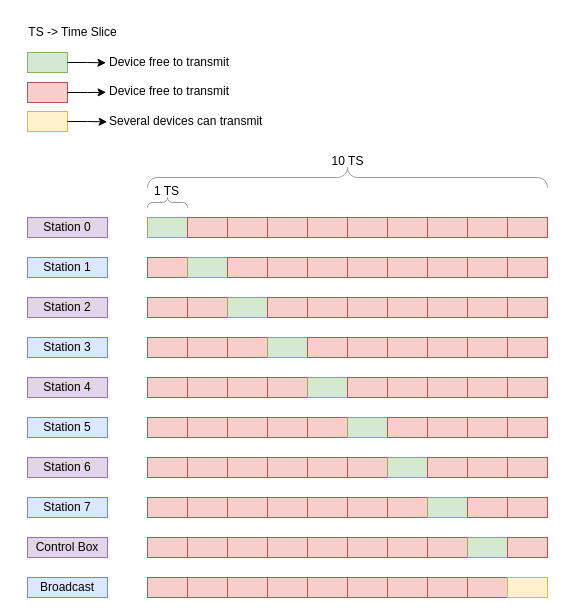
Earlier version of the draw.io diagram page "Timmings" (2 of 2) of Spec/LoRa.drawio (Ner027/MooFeeder). Source tidied: cells renumbered, new cells numbered last; positions are measured from the earlier drawing's top-left corner, leaving out a move shared by most shapes. Both pictures are drawn from the tidied source at 100%, with x=0, y=0 at pixel (17, 17).
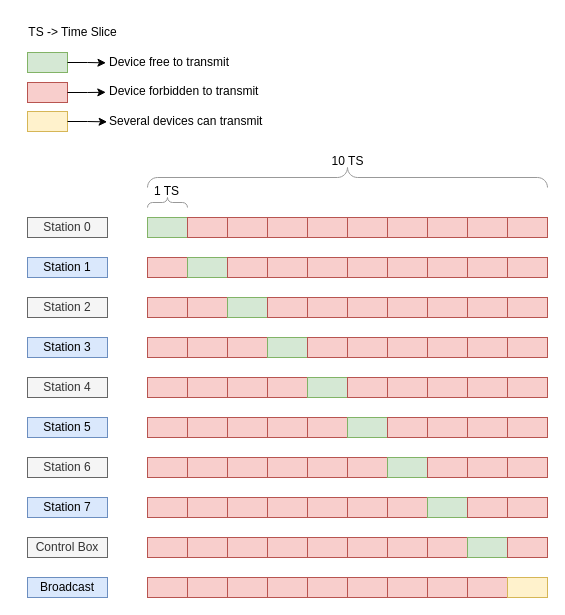
Above is the later version.

Diff of the diagram source:
```diff
@@
-    <mxCell id="2" value="Station 0" style="rounded=0;whiteSpace=wrap;html=1;fillColor=#e1d5e7;strokeColor=#9673a6;" parent="1" vertex="1">
+    <mxCell id="2" value="Station 0" style="rounded=0;whiteSpace=wrap;html=1;fillColor=#f5f5f5;strokeColor=#666666;fontColor=#333333;" parent="1" vertex="1">
       <mxGeometry x="10" y="200" width="80" height="20" as="geometry" />
     </mxCell>
@@
-    <mxCell id="4" value="Station 2" style="rounded=0;whiteSpace=wrap;html=1;fillColor=#e1d5e7;strokeColor=#9673a6;" parent="1" vertex="1">
+    <mxCell id="4" value="Station 2" style="rounded=0;whiteSpace=wrap;html=1;fillColor=#f5f5f5;strokeColor=#666666;fontColor=#333333;" parent="1" vertex="1">
       <mxGeometry x="10" y="280" width="80" height="20" as="geometry" />
     </mxCell>
@@
-    <mxCell id="6" value="Station 4" style="rounded=0;whiteSpace=wrap;html=1;fillColor=#e1d5e7;strokeColor=#9673a6;" parent="1" vertex="1">
+    <mxCell id="6" value="Station 4" style="rounded=0;whiteSpace=wrap;html=1;fillColor=#f5f5f5;strokeColor=#666666;fontColor=#333333;" parent="1" vertex="1">
       <mxGeometry x="10" y="360" width="80" height="20" as="geometry" />
     </mxCell>
@@
-    <mxCell id="8" value="Station 6" style="rounded=0;whiteSpace=wrap;html=1;fillColor=#e1d5e7;strokeColor=#9673a6;" parent="1" vertex="1">
+    <mxCell id="8" value="Station 6" style="rounded=0;whiteSpace=wrap;html=1;fillColor=#f5f5f5;strokeColor=#666666;fontColor=#333333;" parent="1" vertex="1">
       <mxGeometry x="10" y="440" width="80" height="20" as="geometry" />
     </mxCell>
@@
-    <mxCell id="10" value="Control Box" style="rounded=0;whiteSpace=wrap;html=1;fillColor=#e1d5e7;strokeColor=#9673a6;" parent="1" vertex="1">
+    <mxCell id="10" value="Control Box" style="rounded=0;whiteSpace=wrap;html=1;fillColor=#f5f5f5;strokeColor=#666666;fontColor=#333333;" parent="1" vertex="1">
       <mxGeometry x="10" y="520" width="80" height="20" as="geometry" />
     </mxCell>
@@
-    <mxCell id="120" value="Device free to transmit" style="text;html=1;align=left;verticalAlign=middle;points=[];strokeColor=none;fillColor=none;" parent="1" vertex="1">
-      <mxGeometry x="90" y="59" width="140" height="30" as="geometry" />
+    <mxCell id="120" value="Device forbidden to transmit" style="text;html=1;align=left;verticalAlign=middle;points=[];strokeColor=none;fillColor=none;" parent="1" vertex="1">
+      <mxGeometry x="90" y="59" width="170" height="30" as="geometry" />
     </mxCell>
```
